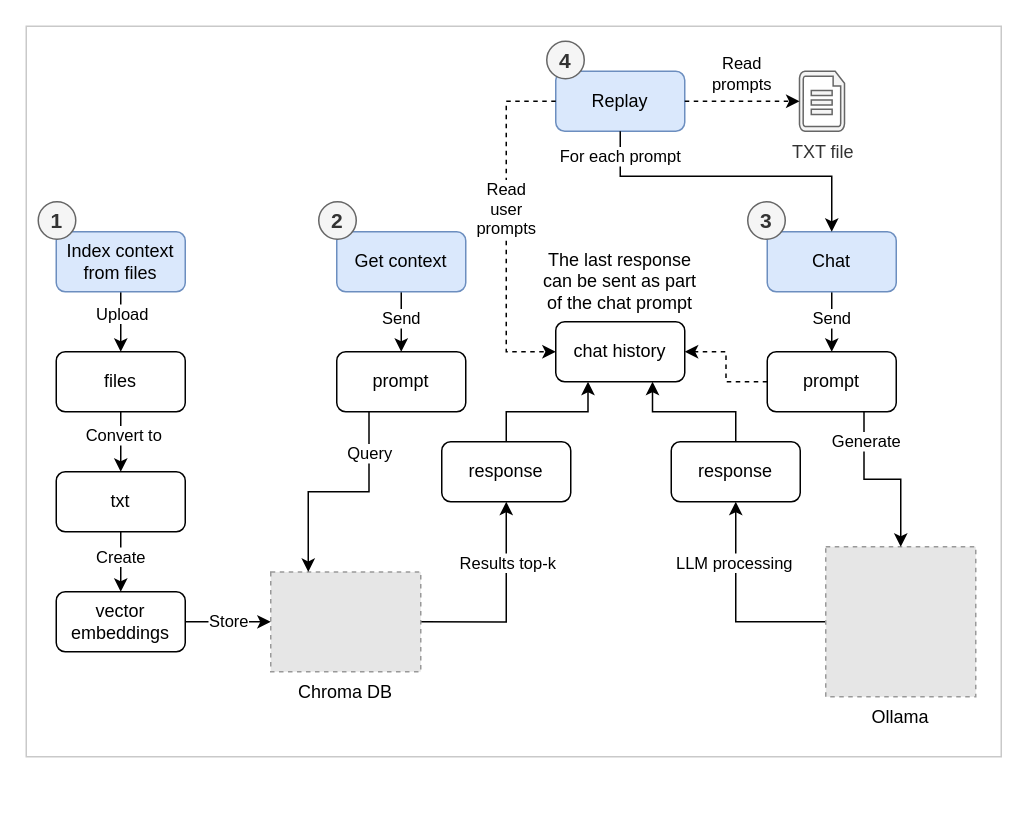
This is doc/app_flow.drawio from intentor/llm-workbench, a draw.io file, before an edit. Source tidied: cells renumbered, new cells numbered last; positions are measured from the earlier drawing's top-left corner, leaving out a move shared by most shapes. Both pictures are drawn from the tidied source at 150%, with x=0, y=0 at pixel (26, 26). Pictures stored in the file or linked from it are replaced by grey dashed boxes.
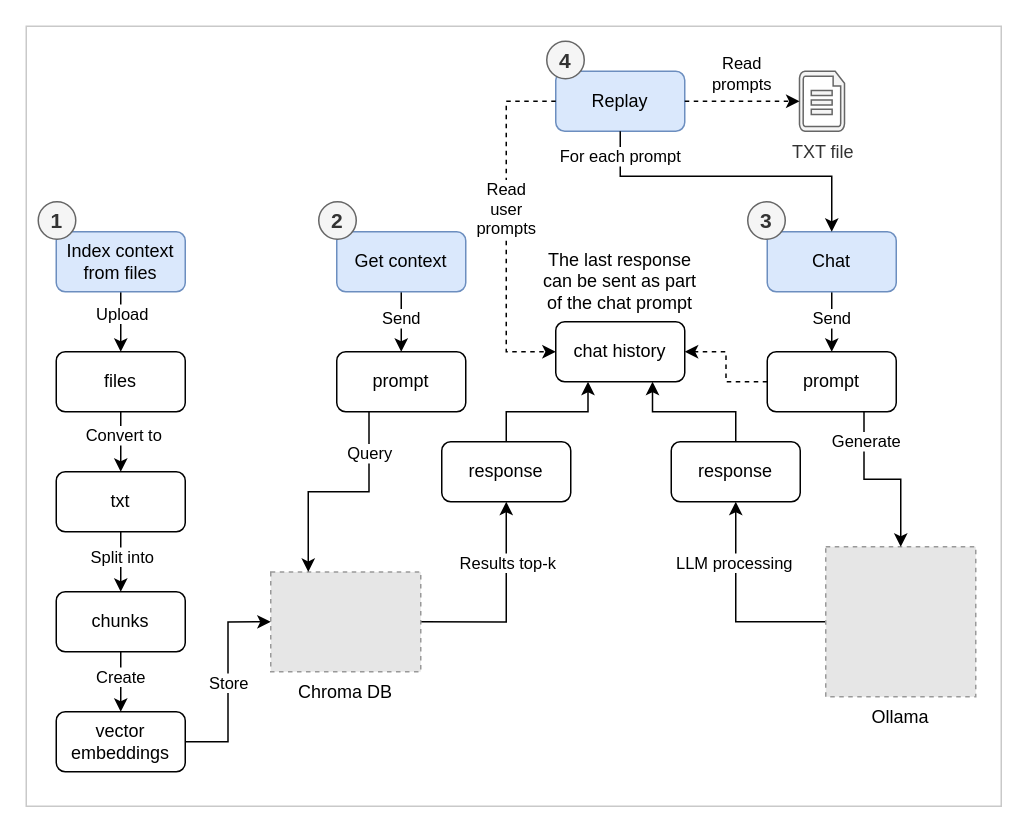
The same page after the edit.

The change refers to these unchanged cells:
```xml
<mxCell id="5" value="Chroma DB" style="fillColor=#E6E6E6;strokeColor=#999999;dashed=1;verticalLabelPosition=bottom;labelBackgroundColor=default;verticalAlign=top;" parent="1" vertex="1">
  <mxGeometry x="163" y="363.8" width="100" height="66.5" as="geometry" />
</mxCell>
<mxCell id="13" value="txt" style="rounded=1;whiteSpace=wrap;html=1;" parent="1" vertex="1">
  <mxGeometry x="20" y="297" width="86" height="40" as="geometry" />
</mxCell>
```

Diff of the diagram source:
```diff
@@
     <mxCell id="2" style="rounded=0;whiteSpace=wrap;html=1;strokeColor=#C9C9C9;" parent="1" vertex="1">
-      <mxGeometry width="650" height="487" as="geometry" />
+      <mxGeometry width="650" height="520" as="geometry" />
     </mxCell>
@@
-    <mxCell id="11" style="edgeStyle=orthogonalEdgeStyle;rounded=0;jettySize=auto;html=1;entryX=0.5;entryY=0;entryDx=0;entryDy=0;" parent="1" edge="1" source="13" target="18">
-      <mxGeometry relative="1" as="geometry" />
-    </mxCell>
-    <mxCell id="12" value="Create" style="edgeLabel;html=1;align=center;verticalAlign=middle;" parent="11" vertex="1">
-      <mxGeometry x="-0.2" y="-1" relative="1" as="geometry" />
-    </mxCell>
+    <mxCell id="55" style="edgeStyle=orthogonalEdgeStyle;rounded=0;jettySize=auto;html=1;entryX=0.5;entryY=0;entryDx=0;entryDy=0;" parent="1" edge="1" source="13" target="58">
+      <mxGeometry relative="1" as="geometry" />
+    </mxCell>
+    <mxCell id="56" value="Split into" style="edgeLabel;html=1;align=center;verticalAlign=middle;" parent="55" vertex="1">
+      <mxGeometry x="-0.2" relative="1" as="geometry" />
+    </mxCell>
@@
-    <mxCell id="17" value="Store" style="edgeStyle=orthogonalEdgeStyle;rounded=0;jettySize=auto;html=1;entryX=0;entryY=0.5;entryDx=0;entryDy=0;" parent="1" edge="1" source="18" target="5">
+    <mxCell id="17" value="Store" style="edgeStyle=orthogonalEdgeStyle;rounded=0;jettySize=auto;html=1;entryX=0;entryY=0.5;entryDx=0;entryDy=0;exitX=1;exitY=0.5;exitDx=0;exitDy=0;" parent="1" edge="1" source="18" target="5">
       <mxGeometry relative="1" as="geometry" />
     </mxCell>
     <mxCell id="18" value="vector embeddings" style="rounded=1;whiteSpace=wrap;html=1;" parent="1" vertex="1">
-      <mxGeometry x="20" y="377" width="86" height="40" as="geometry" />
+      <mxGeometry x="20" y="457" width="86" height="40" as="geometry" />
     </mxCell>
@@
+    <mxCell id="57" style="edgeStyle=orthogonalEdgeStyle;rounded=0;jettySize=auto;html=1;exitX=0.5;exitY=1;exitDx=0;exitDy=0;entryX=0.5;entryY=0;entryDx=0;entryDy=0;" parent="1" edge="1" source="58" target="18">
+      <mxGeometry relative="1" as="geometry" />
+    </mxCell>
+    <mxCell id="12" value="Create" style="edgeLabel;html=1;align=center;verticalAlign=middle;" parent="57" vertex="1">
+      <mxGeometry x="-0.2" y="2" relative="1" as="geometry">
+        <mxPoint x="-3" as="offset" />
+      </mxGeometry>
+    </mxCell>
+    <mxCell id="58" value="chunks" style="rounded=1;whiteSpace=wrap;html=1;" parent="1" vertex="1">
+      <mxGeometry x="20" y="377" width="86" height="40" as="geometry" />
+    </mxCell>
```
